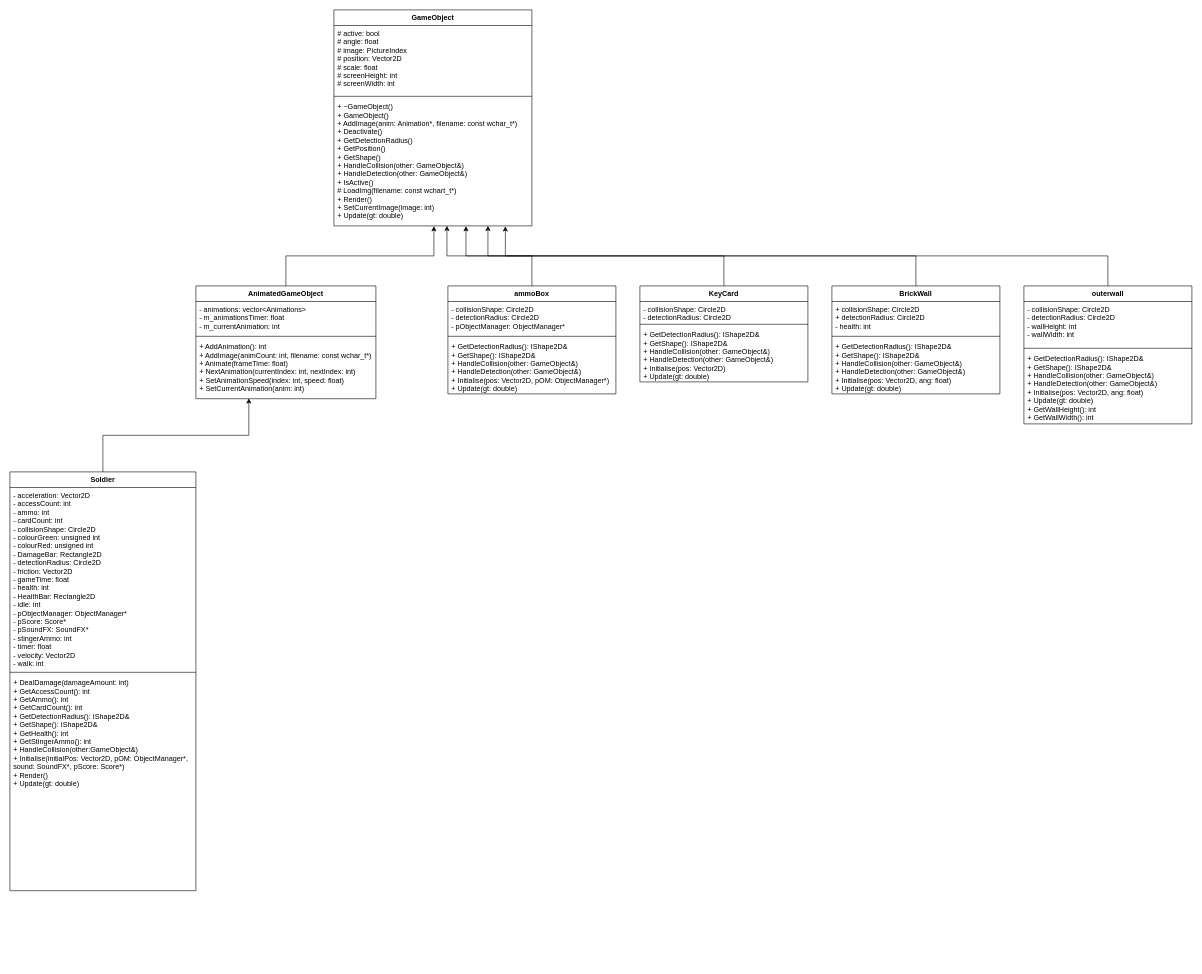
The draw.io diagram Software-engineering-classDiagram.drawio in mabyee/2D-Game-Engine, before the edit. Source tidied: cells renumbered, new cells numbered last; positions are measured from the earlier drawing's top-left corner, leaving out a move shared by most shapes. Both pictures are drawn from the tidied source at 60%, with x=0, y=0 at pixel (10, 10).
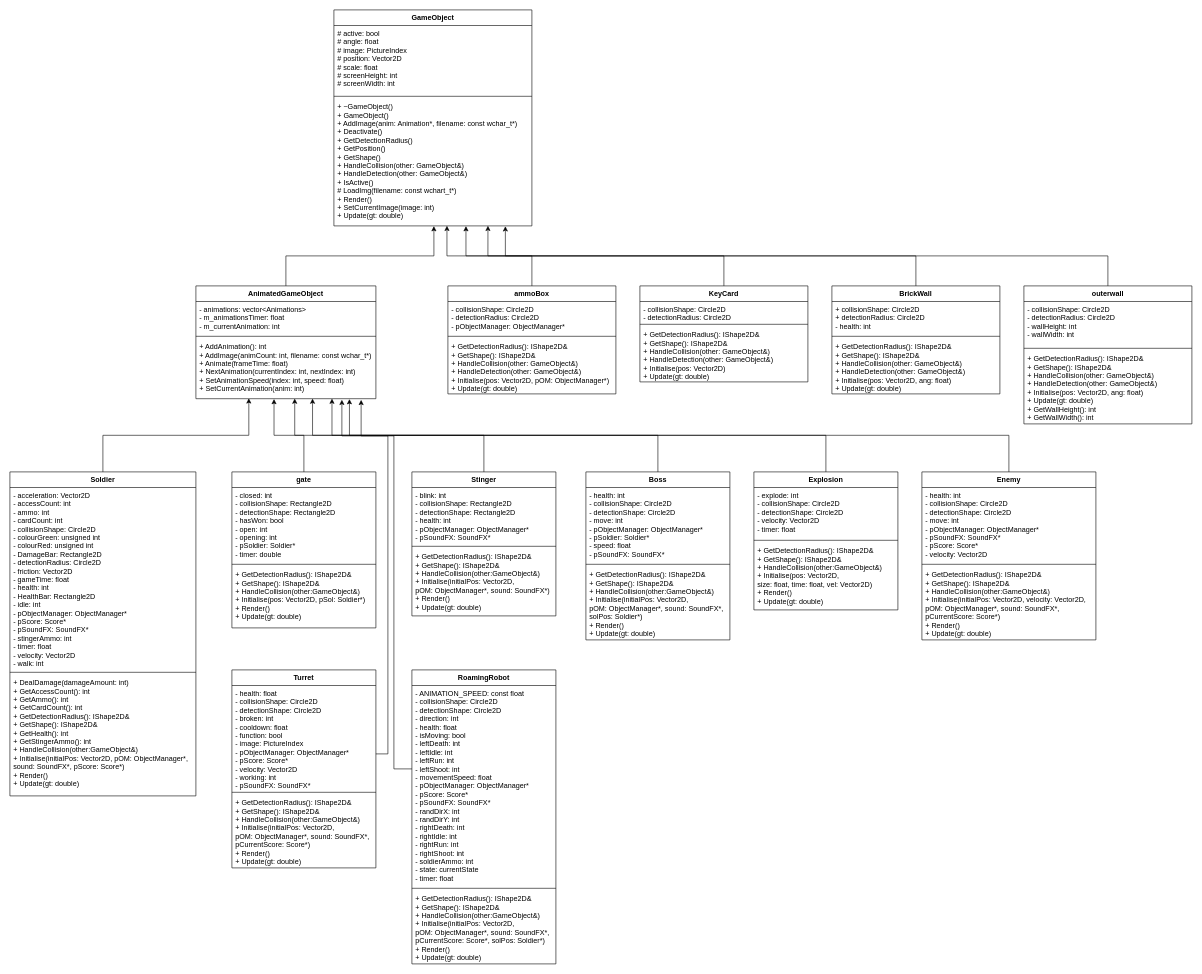
The same page after the edit.

Unchanged cells that the change refers to:
```xml
<mxCell id="10" value="+ AddAnimation(): int&#10;+ AddImage(animCount: int, filename: const wchar_t*)&#10;+ Animate(frameTime: float)&#10;+ NextAnimation(currentIndex: int, nextIndex: int)&#10;+ SetAnimationSpeed(index: int, speed: float)&#10;+ SetCurrentAnimation(anim: int)" style="text;strokeColor=none;fillColor=none;align=left;verticalAlign=top;spacingLeft=4;spacingRight=4;overflow=hidden;points=[[0,0.5],[1,0.5]];portConstraint=eastwest;" parent="7" vertex="1">
  <mxGeometry y="88" width="300" height="100" as="geometry" />
</mxCell>
```

Diff of the diagram source:
```diff
@@
     <mxCell id="17" value="Soldier" style="swimlane;fontStyle=1;align=center;verticalAlign=top;horizontal=1;startSize=26;" parent="1" vertex="1">
-      <mxGeometry y="770" width="310" height="698" as="geometry" />
+      <mxGeometry y="770" width="310" height="540" as="geometry" />
     </mxCell>
@@
     <mxCell id="20" value="+ DealDamage(damageAmount: int)&#10;+ GetAccessCount(): int&#10;+ GetAmmo(): int&#10;+ GetCardCount(): int&#10;+ GetDetectionRadius(): IShape2D&amp;&#10;+ GetShape(): IShape2D&amp;&#10;+ GetHealth(): int&#10;+ GetStingerAmmo(): int&#10;+ HandleCollision(other:GameObject&amp;)&#10;+ Initialise(initialPos: Vector2D, pOM: ObjectManager*, &#10;sound: SoundFX*, pScore: Score*)&#10;+ Render()&#10;+ Update(gt: double)" style="text;strokeColor=none;fillColor=none;align=left;verticalAlign=top;spacingLeft=4;spacingRight=4;overflow=hidden;" parent="17" vertex="1">
-      <mxGeometry y="338" width="310" height="360" as="geometry" />
+      <mxGeometry y="338" width="310" height="202" as="geometry" />
     </mxCell>
@@
+    <mxCell id="36" style="edgeStyle=orthogonalEdgeStyle;rounded=0;jettySize=auto;html=1;entryX=0.434;entryY=1.006;entryDx=0;entryDy=0;entryPerimeter=0;" parent="1" edge="1" source="37" target="10">
+      <mxGeometry relative="1" as="geometry" />
+    </mxCell>
+    <mxCell id="37" value="gate" style="swimlane;fontStyle=1;align=center;verticalAlign=top;horizontal=1;startSize=26;" parent="1" vertex="1">
+      <mxGeometry x="370" y="770" width="240" height="260" as="geometry" />
+    </mxCell>
+    <mxCell id="38" value="- closed: int&#10;- collisionShape: Rectangle2D&#10;- detectionShape: Rectangle2D&#10;- hasWon: bool&#10;- open: int&#10;- opening: int&#10;- pSoldier: Soldier*&#10;- timer: double" style="text;strokeColor=none;fillColor=none;align=left;verticalAlign=top;spacingLeft=4;spacingRight=4;overflow=hidden;" parent="37" vertex="1">
+      <mxGeometry y="26" width="240" height="124" as="geometry" />
+    </mxCell>
+    <mxCell id="39" style="line;strokeWidth=1;fillColor=none;align=left;verticalAlign=middle;spacingTop=-1;spacingLeft=3;spacingRight=3;labelPosition=right;" parent="37" vertex="1">
+      <mxGeometry y="150" width="240" height="8" as="geometry" />
+    </mxCell>
+    <mxCell id="40" value="+ GetDetectionRadius(): IShape2D&amp;&#10;+ GetShape(): IShape2D&amp;&#10;+ HandleCollision(other:GameObject&amp;)&#10;+ Initialise(pos: Vector2D, pSol: Soldier*)&#10;+ Render()&#10;+ Update(gt: double)" style="text;strokeColor=none;fillColor=none;align=left;verticalAlign=top;spacingLeft=4;spacingRight=4;overflow=hidden;" parent="37" vertex="1">
+      <mxGeometry y="158" width="240" height="102" as="geometry" />
+    </mxCell>
+    <mxCell id="41" style="edgeStyle=orthogonalEdgeStyle;rounded=0;jettySize=auto;html=1;entryX=0.549;entryY=0.998;entryDx=0;entryDy=0;entryPerimeter=0;" parent="1" edge="1" source="42" target="10">
+      <mxGeometry relative="1" as="geometry" />
+    </mxCell>
+    <mxCell id="42" value="Stinger" style="swimlane;fontStyle=1;align=center;verticalAlign=top;horizontal=1;startSize=26;" parent="1" vertex="1">
+      <mxGeometry x="670" y="770" width="240" height="240" as="geometry" />
+    </mxCell>
+    <mxCell id="43" value="- blink: int&#10;- collisionShape: Rectangle2D&#10;- detectionShape: Rectangle2D&#10;- health: int&#10;- pObjectManager: ObjectManager*&#10;- pSoundFX: SoundFX*" style="text;strokeColor=none;fillColor=none;align=left;verticalAlign=top;spacingLeft=4;spacingRight=4;overflow=hidden;" parent="42" vertex="1">
+      <mxGeometry y="26" width="240" height="94" as="geometry" />
+    </mxCell>
+    <mxCell id="44" style="line;strokeWidth=1;fillColor=none;align=left;verticalAlign=middle;spacingTop=-1;spacingLeft=3;spacingRight=3;labelPosition=right;" parent="42" vertex="1">
+      <mxGeometry y="120" width="240" height="8" as="geometry" />
+    </mxCell>
+    <mxCell id="45" value="+ GetDetectionRadius(): IShape2D&amp;&#10;+ GetShape(): IShape2D&amp;&#10;+ HandleCollision(other:GameObject&amp;)&#10;+ Initialise(initialPos: Vector2D, &#10;pOM: ObjectManager*, sound: SoundFX*)&#10;+ Render()&#10;+ Update(gt: double)" style="text;strokeColor=none;fillColor=none;align=left;verticalAlign=top;spacingLeft=4;spacingRight=4;overflow=hidden;" parent="42" vertex="1">
+      <mxGeometry y="128" width="240" height="112" as="geometry" />
+    </mxCell>
+    <mxCell id="46" style="edgeStyle=orthogonalEdgeStyle;rounded=0;jettySize=auto;html=1;entryX=0.648;entryY=0.998;entryDx=0;entryDy=0;entryPerimeter=0;" parent="1" edge="1" source="47" target="10">
+      <mxGeometry relative="1" as="geometry" />
+    </mxCell>
+    <mxCell id="47" value="Boss" style="swimlane;fontStyle=1;align=center;verticalAlign=top;horizontal=1;startSize=26;" parent="1" vertex="1">
+      <mxGeometry x="960" y="770" width="240" height="280" as="geometry" />
+    </mxCell>
+    <mxCell id="48" value="- health: int&#10;- collisionShape: Circle2D&#10;- detectionShape: Circle2D&#10;- move: int&#10;- pObjectManager: ObjectManager*&#10;- pSoldier: Soldier*&#10;- speed: float&#10;- pSoundFX: SoundFX*" style="text;strokeColor=none;fillColor=none;align=left;verticalAlign=top;spacingLeft=4;spacingRight=4;overflow=hidden;" parent="47" vertex="1">
+      <mxGeometry y="26" width="240" height="124" as="geometry" />
+    </mxCell>
+    <mxCell id="49" style="line;strokeWidth=1;fillColor=none;align=left;verticalAlign=middle;spacingTop=-1;spacingLeft=3;spacingRight=3;labelPosition=right;" parent="47" vertex="1">
+      <mxGeometry y="150" width="240" height="8" as="geometry" />
+    </mxCell>
+    <mxCell id="50" value="+ GetDetectionRadius(): IShape2D&amp;&#10;+ GetShape(): IShape2D&amp;&#10;+ HandleCollision(other:GameObject&amp;)&#10;+ Initialise(initialPos: Vector2D, &#10;pOM: ObjectManager*, sound: SoundFX*,&#10;solPos: Soldier*)&#10;+ Render()&#10;+ Update(gt: double)" style="text;strokeColor=none;fillColor=none;align=left;verticalAlign=top;spacingLeft=4;spacingRight=4;overflow=hidden;" parent="47" vertex="1">
+      <mxGeometry y="158" width="240" height="122" as="geometry" />
+    </mxCell>
+    <mxCell id="51" style="edgeStyle=orthogonalEdgeStyle;rounded=0;jettySize=auto;html=1;entryX=0.756;entryY=0.999;entryDx=0;entryDy=0;entryPerimeter=0;" parent="1" edge="1" source="52" target="10">
+      <mxGeometry relative="1" as="geometry" />
+    </mxCell>
+    <mxCell id="52" value="Explosion" style="swimlane;fontStyle=1;align=center;verticalAlign=top;horizontal=1;startSize=26;" parent="1" vertex="1">
+      <mxGeometry x="1240" y="770" width="240" height="230" as="geometry" />
+    </mxCell>
+    <mxCell id="53" value="- explode: int&#10;- collisionShape: Circle2D&#10;- detectionShape: Circle2D&#10;- velocity: Vector2D&#10;- timer: float" style="text;strokeColor=none;fillColor=none;align=left;verticalAlign=top;spacingLeft=4;spacingRight=4;overflow=hidden;" parent="52" vertex="1">
+      <mxGeometry y="26" width="240" height="84" as="geometry" />
+    </mxCell>
+    <mxCell id="54" style="line;strokeWidth=1;fillColor=none;align=left;verticalAlign=middle;spacingTop=-1;spacingLeft=3;spacingRight=3;labelPosition=right;" parent="52" vertex="1">
+      <mxGeometry y="110" width="240" height="8" as="geometry" />
+    </mxCell>
+    <mxCell id="55" value="+ GetDetectionRadius(): IShape2D&amp;&#10;+ GetShape(): IShape2D&amp;&#10;+ HandleCollision(other:GameObject&amp;)&#10;+ Initialise(pos: Vector2D, &#10;size: float, time: float, vel: Vector2D)&#10;+ Render()&#10;+ Update(gt: double)" style="text;strokeColor=none;fillColor=none;align=left;verticalAlign=top;spacingLeft=4;spacingRight=4;overflow=hidden;" parent="52" vertex="1">
+      <mxGeometry y="118" width="240" height="112" as="geometry" />
+    </mxCell>
+    <mxCell id="56" style="edgeStyle=orthogonalEdgeStyle;rounded=0;jettySize=auto;html=1;entryX=0.853;entryY=1.007;entryDx=0;entryDy=0;entryPerimeter=0;" parent="1" edge="1" source="57" target="10">
+      <mxGeometry relative="1" as="geometry" />
+    </mxCell>
+    <mxCell id="57" value="Enemy" style="swimlane;fontStyle=1;align=center;verticalAlign=top;horizontal=1;startSize=26;" parent="1" vertex="1">
+      <mxGeometry x="1520" y="770" width="290" height="280" as="geometry" />
+    </mxCell>
+    <mxCell id="58" value="- health: int&#10;- collisionShape: Circle2D&#10;- detectionShape: Circle2D&#10;- move: int&#10;- pObjectManager: ObjectManager*&#10;- pSoundFX: SoundFX*&#10;- pScore: Score*&#10;- velocity: Vector2D" style="text;strokeColor=none;fillColor=none;align=left;verticalAlign=top;spacingLeft=4;spacingRight=4;overflow=hidden;" parent="57" vertex="1">
+      <mxGeometry y="26" width="290" height="124" as="geometry" />
+    </mxCell>
+    <mxCell id="59" style="line;strokeWidth=1;fillColor=none;align=left;verticalAlign=middle;spacingTop=-1;spacingLeft=3;spacingRight=3;labelPosition=right;" parent="57" vertex="1">
+      <mxGeometry y="150" width="290" height="8" as="geometry" />
+    </mxCell>
+    <mxCell id="60" value="+ GetDetectionRadius(): IShape2D&amp;&#10;+ GetShape(): IShape2D&amp;&#10;+ HandleCollision(other:GameObject&amp;)&#10;+ Initialise(initialPos: Vector2D, velocity: Vector2D,&#10;pOM: ObjectManager*, sound: SoundFX*,&#10;pCurrentScore: Score*)&#10;+ Render()&#10;+ Update(gt: double)" style="text;strokeColor=none;fillColor=none;align=left;verticalAlign=top;spacingLeft=4;spacingRight=4;overflow=hidden;" parent="57" vertex="1">
+      <mxGeometry y="158" width="290" height="122" as="geometry" />
+    </mxCell>
+    <mxCell id="61" style="edgeStyle=orthogonalEdgeStyle;rounded=0;jettySize=auto;html=1;entryX=0.811;entryY=1.018;entryDx=0;entryDy=0;entryPerimeter=0;" parent="1" edge="1" source="62" target="10">
+      <mxGeometry relative="1" as="geometry">
+        <Array as="points">
+          <mxPoint x="630" y="1240" />
+          <mxPoint x="630" y="710" />
+          <mxPoint x="553" y="710" />
+        </Array>
+      </mxGeometry>
+    </mxCell>
+    <mxCell id="62" value="Turret" style="swimlane;fontStyle=1;align=center;verticalAlign=top;horizontal=1;startSize=26;" parent="1" vertex="1">
+      <mxGeometry x="370" y="1100" width="240" height="330" as="geometry" />
+    </mxCell>
+    <mxCell id="63" value="- health: float&#10;- collisionShape: Circle2D&#10;- detectionShape: Circle2D&#10;- broken: int&#10;- cooldown: float&#10;- function: bool&#10;- image: PictureIndex&#10;- pObjectManager: ObjectManager*&#10;- pScore: Score*&#10;- velocity: Vector2D&#10;- working: int&#10;- pSoundFX: SoundFX*" style="text;strokeColor=none;fillColor=none;align=left;verticalAlign=top;spacingLeft=4;spacingRight=4;overflow=hidden;" parent="62" vertex="1">
+      <mxGeometry y="26" width="240" height="174" as="geometry" />
+    </mxCell>
+    <mxCell id="64" style="line;strokeWidth=1;fillColor=none;align=left;verticalAlign=middle;spacingTop=-1;spacingLeft=3;spacingRight=3;labelPosition=right;" parent="62" vertex="1">
+      <mxGeometry y="200" width="240" height="8" as="geometry" />
+    </mxCell>
+    <mxCell id="65" value="+ GetDetectionRadius(): IShape2D&amp;&#10;+ GetShape(): IShape2D&amp;&#10;+ HandleCollision(other:GameObject&amp;)&#10;+ Initialise(initialPos: Vector2D, &#10;pOM: ObjectManager*, sound: SoundFX*,&#10;pCurrentScore: Score*)&#10;+ Render()&#10;+ Update(gt: double)" style="text;strokeColor=none;fillColor=none;align=left;verticalAlign=top;spacingLeft=4;spacingRight=4;overflow=hidden;" parent="62" vertex="1">
+      <mxGeometry y="208" width="240" height="122" as="geometry" />
+    </mxCell>
+    <mxCell id="66" style="edgeStyle=orthogonalEdgeStyle;rounded=0;jettySize=auto;html=1;entryX=0.918;entryY=1.02;entryDx=0;entryDy=0;entryPerimeter=0;" parent="1" edge="1" source="67" target="10">
+      <mxGeometry relative="1" as="geometry">
+        <Array as="points">
+          <mxPoint x="640" y="1265" />
+          <mxPoint x="640" y="710" />
+          <mxPoint x="585" y="710" />
+        </Array>
+      </mxGeometry>
+    </mxCell>
+    <mxCell id="67" value="RoamingRobot" style="swimlane;fontStyle=1;align=center;verticalAlign=top;horizontal=1;startSize=26;" parent="1" vertex="1">
+      <mxGeometry x="670" y="1100" width="240" height="490" as="geometry" />
+    </mxCell>
+    <mxCell id="68" value="- ANIMATION_SPEED: const float&#10;- collisionShape: Circle2D&#10;- detectionShape: Circle2D&#10;- direction: int&#10;- health: float&#10;- isMoving: bool&#10;- leftDeath: int&#10;- leftIdle: int&#10;- leftRun: int&#10;- leftShoot: int&#10;- movementSpeed: float&#10;- pObjectManager: ObjectManager*&#10;- pScore: Score*&#10;- pSoundFX: SoundFX*&#10;- randDirX: int&#10;- randDirY: int&#10;- rightDeath: int&#10;- rightIdle: int&#10;- rightRun: int&#10;- rightShoot: int&#10;- soldierAmmo: int&#10;- state: currentState&#10;- timer: float" style="text;strokeColor=none;fillColor=none;align=left;verticalAlign=top;spacingLeft=4;spacingRight=4;overflow=hidden;" parent="67" vertex="1">
+      <mxGeometry y="26" width="240" height="334" as="geometry" />
+    </mxCell>
+    <mxCell id="69" style="line;strokeWidth=1;fillColor=none;align=left;verticalAlign=middle;spacingTop=-1;spacingLeft=3;spacingRight=3;labelPosition=right;" parent="67" vertex="1">
+      <mxGeometry y="360" width="240" height="8" as="geometry" />
+    </mxCell>
+    <mxCell id="70" value="+ GetDetectionRadius(): IShape2D&amp;&#10;+ GetShape(): IShape2D&amp;&#10;+ HandleCollision(other:GameObject&amp;)&#10;+ Initialise(initialPos: Vector2D, &#10;pOM: ObjectManager*, sound: SoundFX*,&#10;pCurrentScore: Score*, solPos: Soldier*)&#10;+ Render()&#10;+ Update(gt: double)" style="text;strokeColor=none;fillColor=none;align=left;verticalAlign=top;spacingLeft=4;spacingRight=4;overflow=hidden;" parent="67" vertex="1">
+      <mxGeometry y="368" width="240" height="122" as="geometry" />
+    </mxCell>
```
